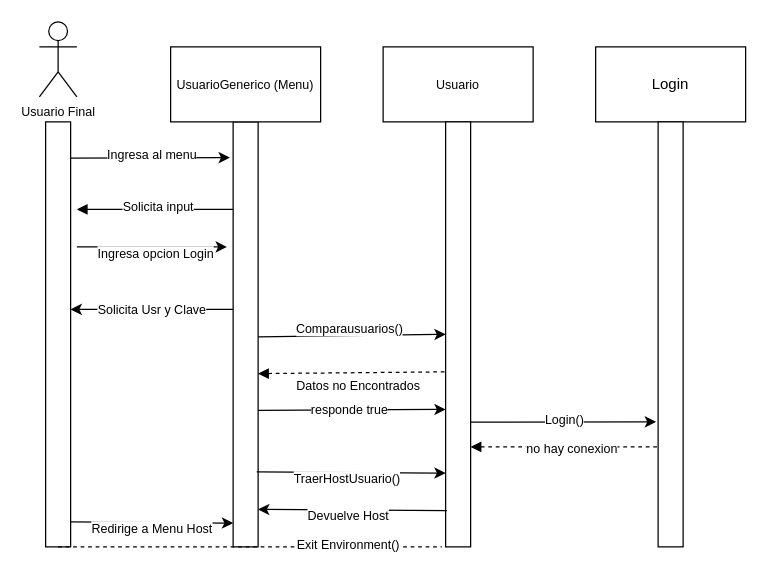
Earlier version of the draw.io diagram page "Diagrama Secuencia - Login" (2 of 3) of Diagrama sin título.drawio (Scarredtissue212/TP-CAI). Source tidied: cells renumbered, new cells numbered last; positions are measured from the earlier drawing's top-left corner, leaving out a move shared by most shapes. Both pictures are drawn from the tidied source at 125%, with x=0, y=0 at pixel (39, 21).
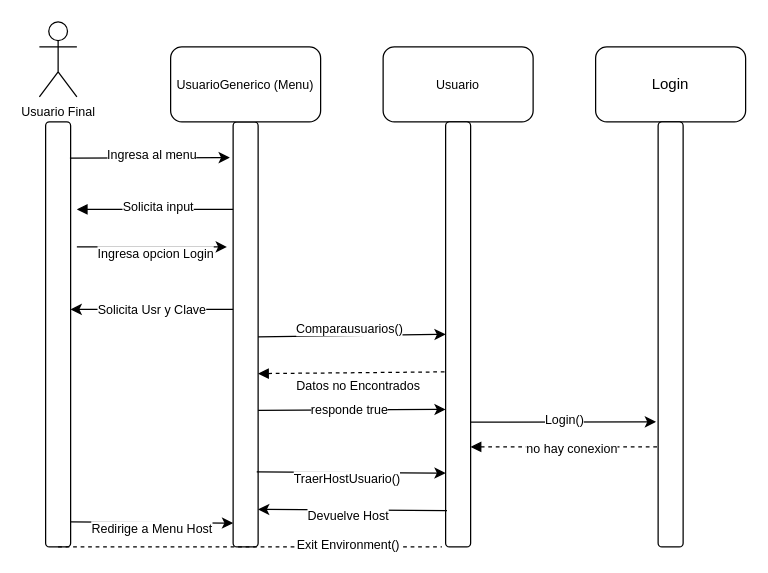
After the change.

The edit, as a diff of the source:
```diff
@@
-    <mxCell id="2" value="Usuario" style="rounded=0;whiteSpace=wrap;html=1;fontSize=10;fontFamily=Helvetica;" parent="1" vertex="1">
+    <mxCell id="2" value="Usuario" style="rounded=1;whiteSpace=wrap;html=1;fontSize=10;fontFamily=Helvetica;" parent="1" vertex="1">
       <mxGeometry x="275" y="20" width="120" height="60" as="geometry" />
     </mxCell>
-    <mxCell id="3" value="Login" style="rounded=0;whiteSpace=wrap;html=1;" parent="1" vertex="1">
+    <mxCell id="3" value="Login" style="rounded=1;whiteSpace=wrap;html=1;" parent="1" vertex="1">
       <mxGeometry x="445" y="20" width="120" height="60" as="geometry" />
     </mxCell>
-    <mxCell id="4" style="rounded=0;whiteSpace=wrap;html=1;fontSize=10;fontFamily=Helvetica;" parent="1" vertex="1">
+    <mxCell id="4" style="rounded=1;whiteSpace=wrap;html=1;fontSize=10;fontFamily=Helvetica;" parent="1" vertex="1">
       <mxGeometry x="155" y="80" width="20" height="340" as="geometry" />
     </mxCell>
-    <mxCell id="5" style="rounded=0;whiteSpace=wrap;html=1;fontSize=10;fontFamily=Helvetica;" parent="1" vertex="1">
+    <mxCell id="5" style="rounded=1;whiteSpace=wrap;html=1;fontSize=10;fontFamily=Helvetica;" parent="1" vertex="1">
       <mxGeometry x="325" y="80" width="20" height="340" as="geometry" />
     </mxCell>
@@
-    <mxCell id="8" value="UsuarioGenerico (Menu)" style="rounded=0;whiteSpace=wrap;html=1;fontSize=10;fontFamily=Helvetica;" parent="1" vertex="1">
+    <mxCell id="8" value="UsuarioGenerico (Menu)" style="rounded=1;whiteSpace=wrap;html=1;fontSize=10;fontFamily=Helvetica;" parent="1" vertex="1">
       <mxGeometry x="105" y="20" width="120" height="60" as="geometry" />
     </mxCell>
@@
-    <mxCell id="10" style="rounded=0;whiteSpace=wrap;html=1;fontSize=10;fontFamily=Helvetica;" parent="1" vertex="1">
+    <mxCell id="10" style="rounded=1;whiteSpace=wrap;html=1;fontSize=10;fontFamily=Helvetica;" parent="1" vertex="1">
       <mxGeometry x="5" y="80" width="20" height="340" as="geometry" />
     </mxCell>
@@
-    <mxCell id="30" style="rounded=0;whiteSpace=wrap;html=1;fontSize=10;fontFamily=Helvetica;" parent="1" vertex="1">
+    <mxCell id="30" style="rounded=1;whiteSpace=wrap;html=1;fontSize=10;fontFamily=Helvetica;" parent="1" vertex="1">
       <mxGeometry x="495" y="80" width="20" height="340" as="geometry" />
     </mxCell>
```
